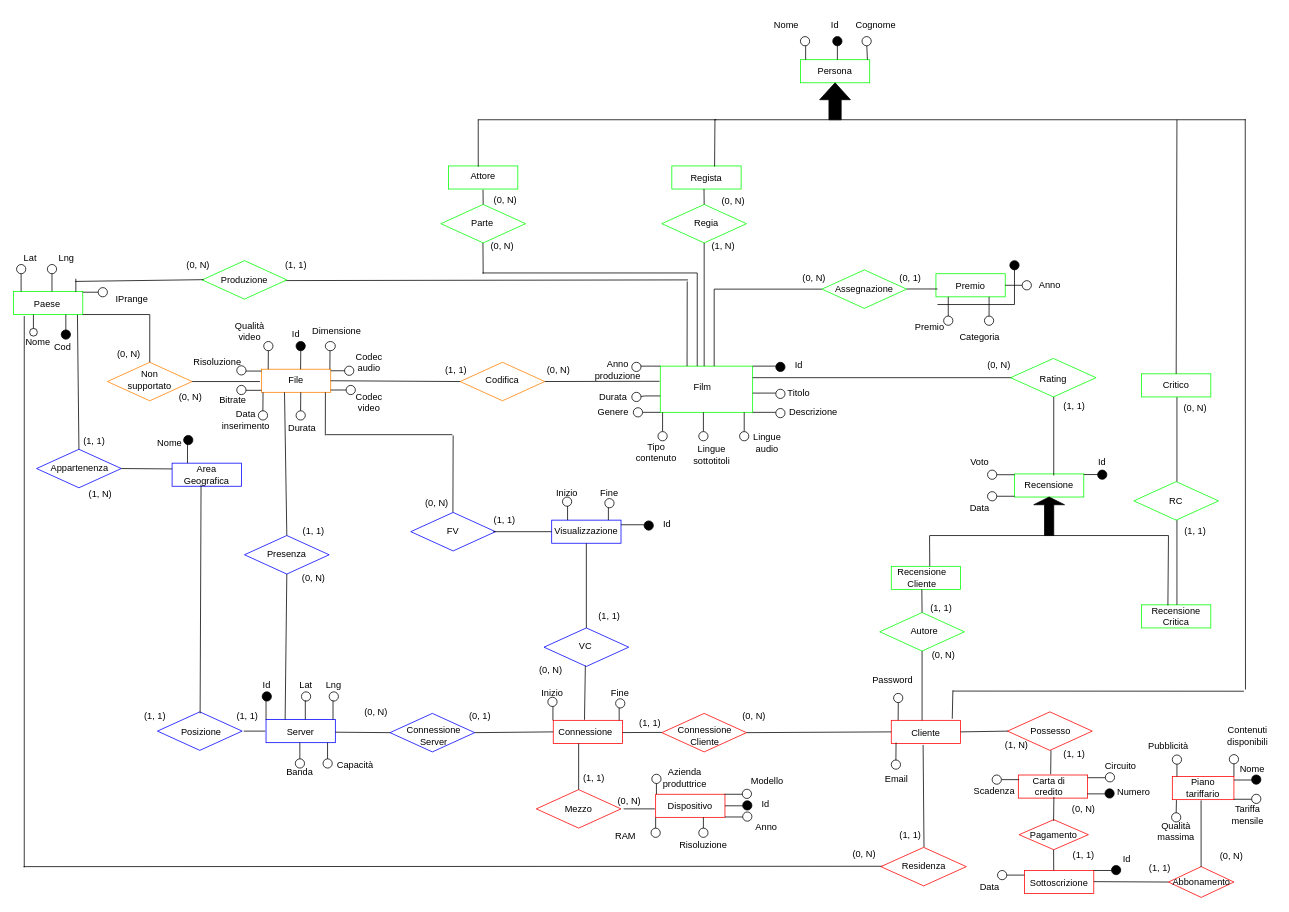
Above: ER.drawio in gcairone/progettodb (draw.io), before the change. Source tidied: cells renumbered, new cells numbered last; positions are measured from the earlier drawing's top-left corner, leaving out a move shared by most shapes. Both pictures are drawn from the tidied source at 77%, with x=0, y=0 at pixel (13, 13).
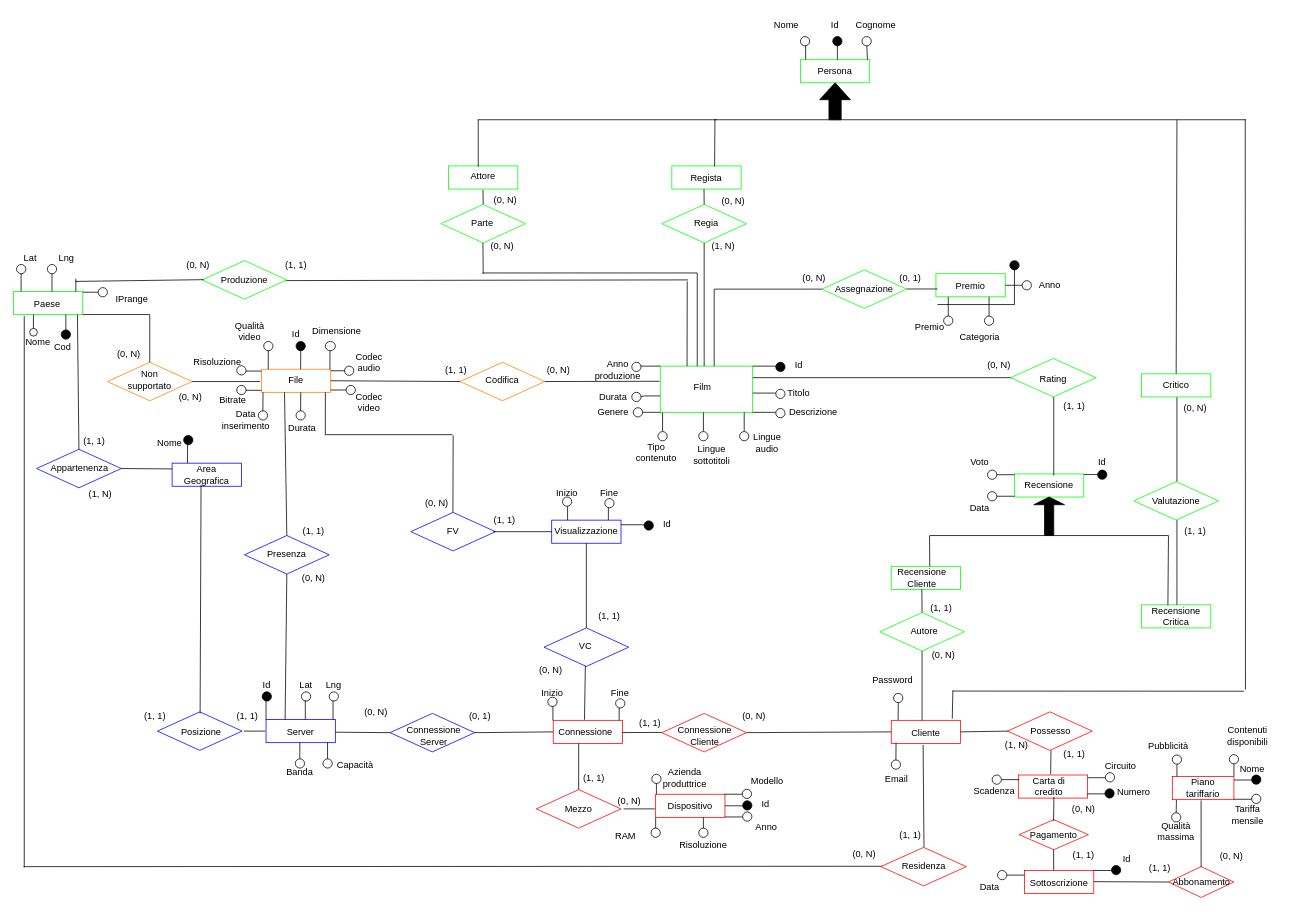
After the change.

What changed in the source:
```diff
@@
-    <mxCell id="157" value="RC" style="text;html=1;strokeColor=none;fillColor=none;align=center;verticalAlign=middle;whiteSpace=wrap;rounded=0;" parent="1" vertex="1">
+    <mxCell id="157" value="Valutazione" style="text;html=1;strokeColor=none;fillColor=none;align=center;verticalAlign=middle;whiteSpace=wrap;rounded=0;" parent="1" vertex="1">
       <mxGeometry x="1480" y="618" width="60" height="30" as="geometry" />
     </mxCell>
```
